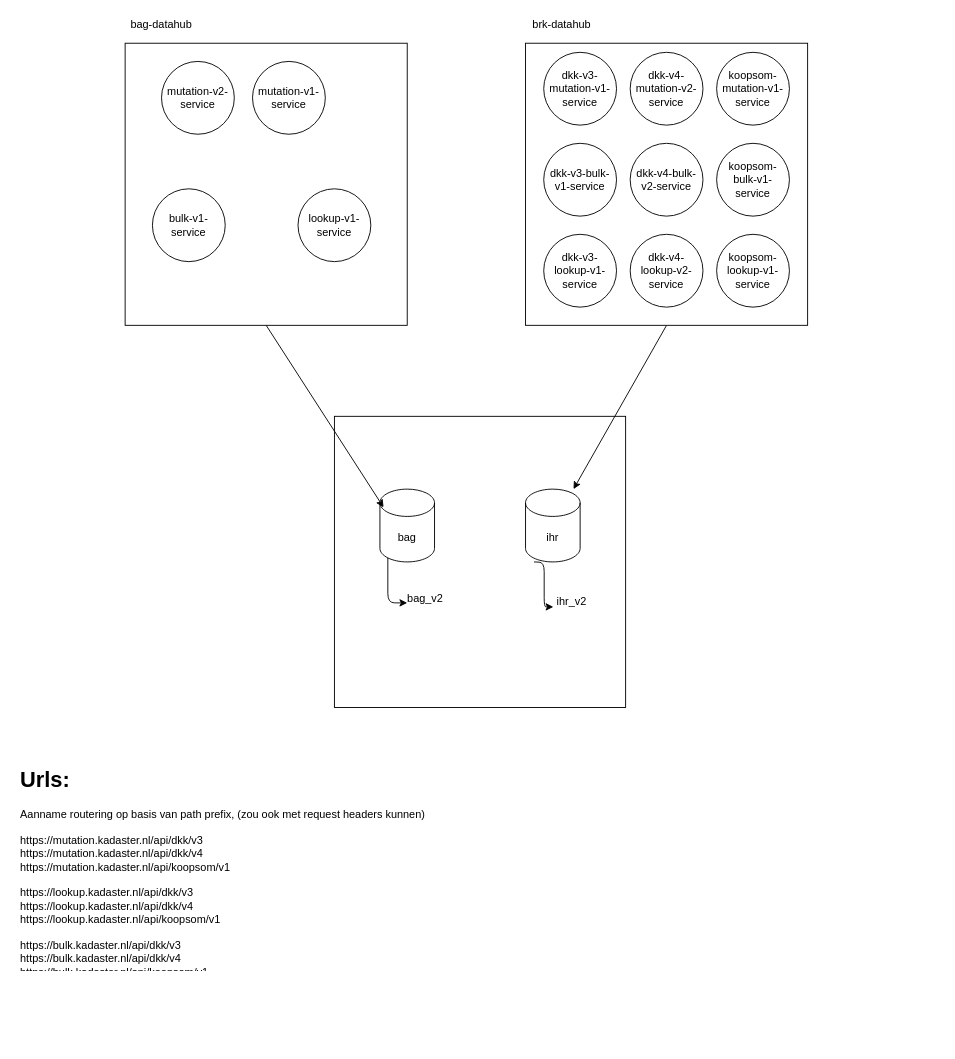
Earlier version of the draw.io diagram k8s.drawio (ahup/drawings). Source tidied: cells renumbered, new cells numbered last; positions are measured from the earlier drawing's top-left corner, leaving out a move shared by most shapes. Both pictures are drawn from the tidied source at 91%, with x=0, y=0 at pixel (15, 15).
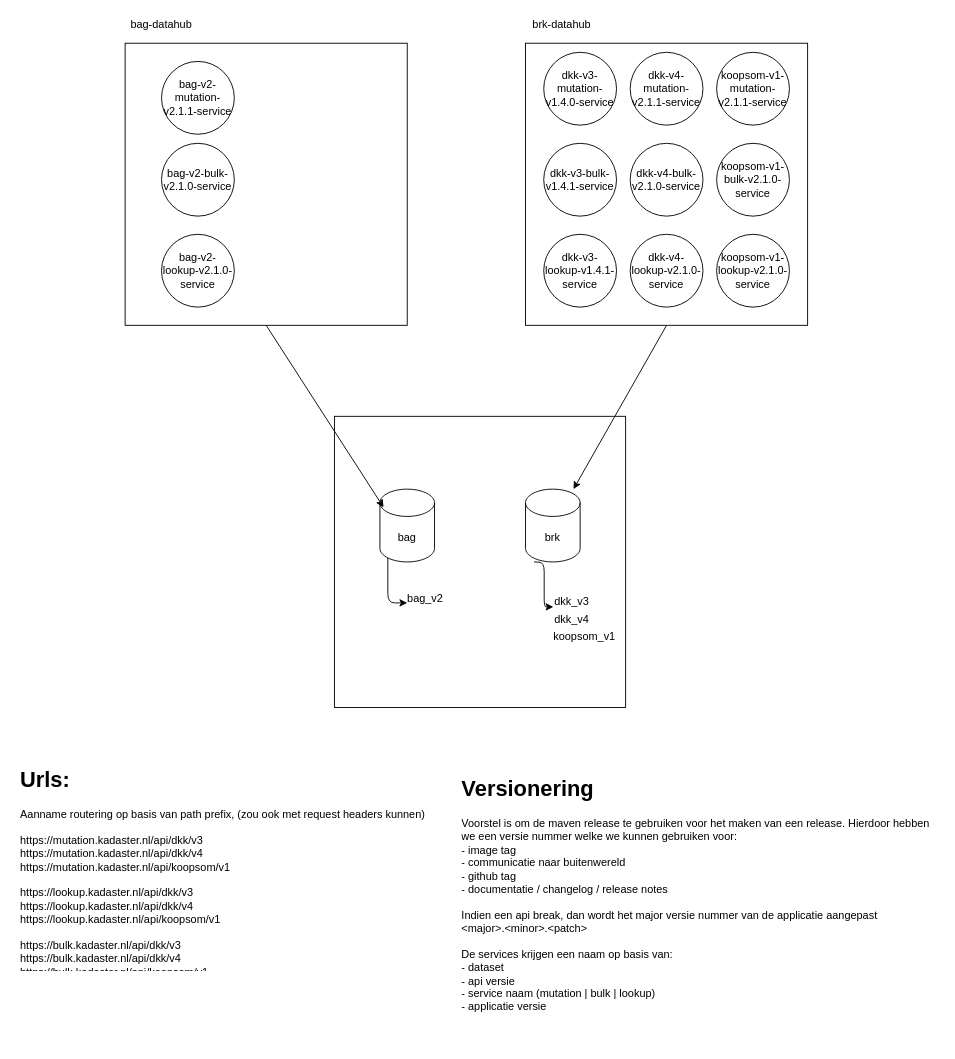
The same page after the edit.

The edit, as a diff of the source:
```diff
@@
-    <mxCell id="5" value="mutation-v1-service" style="ellipse;whiteSpace=wrap;html=1;" parent="1" vertex="1">
-      <mxGeometry x="260" y="50" width="80" height="80" as="geometry" />
-    </mxCell>
-    <mxCell id="6" value="bulk-v1-service" style="ellipse;whiteSpace=wrap;html=1;" parent="1" vertex="1">
-      <mxGeometry x="150" y="190" width="80" height="80" as="geometry" />
+    <mxCell id="6" value="bag-v2-bulk-v2.1.0-service" style="ellipse;whiteSpace=wrap;html=1;" parent="1" vertex="1">
+      <mxGeometry x="160" y="140" width="80" height="80" as="geometry" />
     </mxCell>
-    <mxCell id="7" value="lookup-v1-service" style="ellipse;whiteSpace=wrap;html=1;" parent="1" vertex="1">
-      <mxGeometry x="310" y="190" width="80" height="80" as="geometry" />
+    <mxCell id="7" value="bag-v2-lookup-v2.1.0-service" style="ellipse;whiteSpace=wrap;html=1;" parent="1" vertex="1">
+      <mxGeometry x="160" y="240" width="80" height="80" as="geometry" />
     </mxCell>
@@
-    <mxCell id="10" value="ihr" style="shape=cylinder3;whiteSpace=wrap;html=1;boundedLbl=1;backgroundOutline=1;size=15;" parent="1" vertex="1">
+    <mxCell id="10" value="brk" style="shape=cylinder3;whiteSpace=wrap;html=1;boundedLbl=1;backgroundOutline=1;size=15;" parent="1" vertex="1">
       <mxGeometry x="560" y="520" width="60" height="80" as="geometry" />
     </mxCell>
@@
-    <mxCell id="16" value="ihr_v2" style="text;html=1;strokeColor=none;fillColor=none;align=center;verticalAlign=middle;whiteSpace=wrap;rounded=0;" parent="1" vertex="1">
+    <mxCell id="16" value="dkk_v3" style="text;html=1;strokeColor=none;fillColor=none;align=center;verticalAlign=middle;whiteSpace=wrap;rounded=0;" parent="1" vertex="1">
       <mxGeometry x="590.6" y="634.4" width="40" height="20" as="geometry" />
     </mxCell>
@@
-    <mxCell id="18" value="mutation-v2-service" style="ellipse;whiteSpace=wrap;html=1;" parent="1" vertex="1">
+    <mxCell id="18" value="bag-v2-mutation-v2.1.1-service" style="ellipse;whiteSpace=wrap;html=1;" parent="1" vertex="1">
       <mxGeometry x="160" y="50" width="80" height="80" as="geometry" />
     </mxCell>
-    <mxCell id="19" value="koopsom-mutation-v1-service" style="ellipse;whiteSpace=wrap;html=1;" parent="1" vertex="1">
+    <mxCell id="19" value="koopsom-v1- mutation-v2.1.1-service" style="ellipse;whiteSpace=wrap;html=1;" parent="1" vertex="1">
       <mxGeometry x="770" y="40" width="80" height="80" as="geometry" />
     </mxCell>
-    <mxCell id="20" value="dkk-v3-bulk-v1-service" style="ellipse;whiteSpace=wrap;html=1;" parent="1" vertex="1">
+    <mxCell id="20" value="dkk-v3-bulk-v1.4.1-service" style="ellipse;whiteSpace=wrap;html=1;" parent="1" vertex="1">
       <mxGeometry x="580" y="140" width="80" height="80" as="geometry" />
     </mxCell>
-    <mxCell id="21" value="dkk-v3-lookup-v1-service" style="ellipse;whiteSpace=wrap;html=1;" parent="1" vertex="1">
+    <mxCell id="21" value="dkk-v3-lookup-v1.4.1-service" style="ellipse;whiteSpace=wrap;html=1;" parent="1" vertex="1">
       <mxGeometry x="580" y="240" width="80" height="80" as="geometry" />
     </mxCell>
-    <mxCell id="22" value="dkk-v3-mutation-v1-service" style="ellipse;whiteSpace=wrap;html=1;" parent="1" vertex="1">
+    <mxCell id="22" value="dkk-v3-mutation-v1.4.0-service" style="ellipse;whiteSpace=wrap;html=1;" parent="1" vertex="1">
       <mxGeometry x="580" y="40" width="80" height="80" as="geometry" />
     </mxCell>
-    <mxCell id="23" value="koopsom-bulk-v1-service" style="ellipse;whiteSpace=wrap;html=1;" parent="1" vertex="1">
+    <mxCell id="23" value="koopsom-v1-bulk-v2.1.0-service" style="ellipse;whiteSpace=wrap;html=1;" parent="1" vertex="1">
       <mxGeometry x="770" y="140" width="80" height="80" as="geometry" />
     </mxCell>
-    <mxCell id="24" value="koopsom-lookup-v1-service" style="ellipse;whiteSpace=wrap;html=1;" parent="1" vertex="1">
+    <mxCell id="24" value="koopsom-v1-lookup-v2.1.0-service" style="ellipse;whiteSpace=wrap;html=1;" parent="1" vertex="1">
       <mxGeometry x="770" y="240" width="80" height="80" as="geometry" />
     </mxCell>
-    <mxCell id="25" value="dkk-v4-bulk-v2-service" style="ellipse;whiteSpace=wrap;html=1;" parent="1" vertex="1">
+    <mxCell id="25" value="dkk-v4-bulk-v2.1.0-service" style="ellipse;whiteSpace=wrap;html=1;" parent="1" vertex="1">
       <mxGeometry x="675" y="140" width="80" height="80" as="geometry" />
     </mxCell>
-    <mxCell id="26" value="dkk-v4-lookup-v2-service" style="ellipse;whiteSpace=wrap;html=1;" parent="1" vertex="1">
+    <mxCell id="26" value="dkk-v4-lookup-v2.1.0-service" style="ellipse;whiteSpace=wrap;html=1;" parent="1" vertex="1">
       <mxGeometry x="675" y="240" width="80" height="80" as="geometry" />
     </mxCell>
-    <mxCell id="27" value="dkk-v4-mutation-v2-service" style="ellipse;whiteSpace=wrap;html=1;" parent="1" vertex="1">
+    <mxCell id="27" value="dkk-v4-mutation-v2.1.1-service" style="ellipse;whiteSpace=wrap;html=1;" parent="1" vertex="1">
       <mxGeometry x="675" y="40" width="80" height="80" as="geometry" />
     </mxCell>
@@
+    <mxCell id="29" value="&lt;h1&gt;Versionering&lt;/h1&gt;&lt;div&gt;Voorstel is om de maven release te gebruiken voor het maken van een release. Hierdoor hebben we een versie nummer welke we kunnen gebruiken voor:&lt;/div&gt;&lt;div&gt;- image tag&lt;br&gt;- communicatie naar buitenwereld&lt;/div&gt;&lt;div&gt;- github tag&lt;/div&gt;&lt;div&gt;- documentatie / changelog / release notes&lt;/div&gt;&lt;div&gt;&lt;br&gt;&lt;/div&gt;&lt;div&gt;Indien een api break, dan wordt het major versie nummer van de applicatie aangepast&amp;nbsp;&lt;/div&gt;&lt;div&gt;&amp;lt;major&amp;gt;.&amp;lt;minor&amp;gt;.&amp;lt;patch&amp;gt;&lt;/div&gt;&lt;div&gt;&lt;br&gt;&lt;/div&gt;&lt;div&gt;De services krijgen een naam op basis van:&lt;/div&gt;&lt;div&gt;- dataset&lt;/div&gt;&lt;div&gt;- api versie&amp;nbsp;&lt;/div&gt;&lt;div&gt;&lt;span&gt;- service naam (mutation | bulk | lookup)&lt;/span&gt;&lt;br&gt;&lt;/div&gt;&lt;div&gt;&lt;span&gt;- applicatie versie&lt;/span&gt;&lt;/div&gt;" style="text;html=1;strokeColor=none;fillColor=none;spacing=5;spacingTop=-20;whiteSpace=wrap;overflow=hidden;rounded=0;" parent="1" vertex="1">
+      <mxGeometry x="485" y="830" width="530" height="300" as="geometry" />
+    </mxCell>
+    <mxCell id="30" value="dkk_v4" style="text;html=1;strokeColor=none;fillColor=none;align=center;verticalAlign=middle;whiteSpace=wrap;rounded=0;" parent="1" vertex="1">
+      <mxGeometry x="590.6" y="654.4" width="40" height="20" as="geometry" />
+    </mxCell>
+    <mxCell id="31" value="koopsom_v1" style="text;html=1;strokeColor=none;fillColor=none;align=center;verticalAlign=middle;whiteSpace=wrap;rounded=0;" parent="1" vertex="1">
+      <mxGeometry x="590" y="674.4" width="70" height="14.3" as="geometry" />
+    </mxCell>
```
